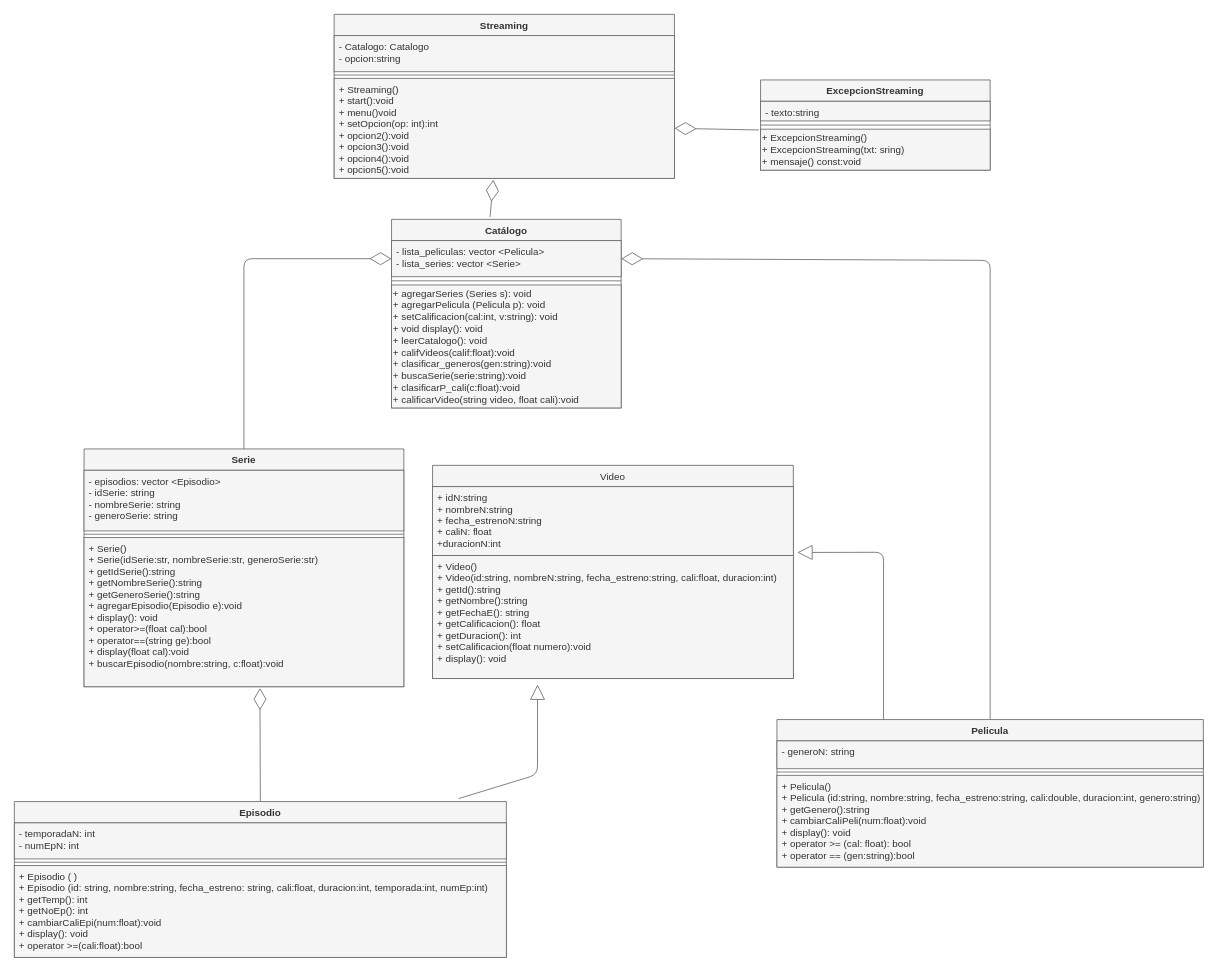
Earlier version of the draw.io diagram streamingHerencia.drawio (FJ22-TC1030/proyectointegrador-A01748800). Source tidied: cells renumbered, new cells numbered last; positions are measured from the earlier drawing's top-left corner, leaving out a move shared by most shapes. Both pictures are drawn from the tidied source at 82%, with x=0, y=0 at pixel (14, 14).
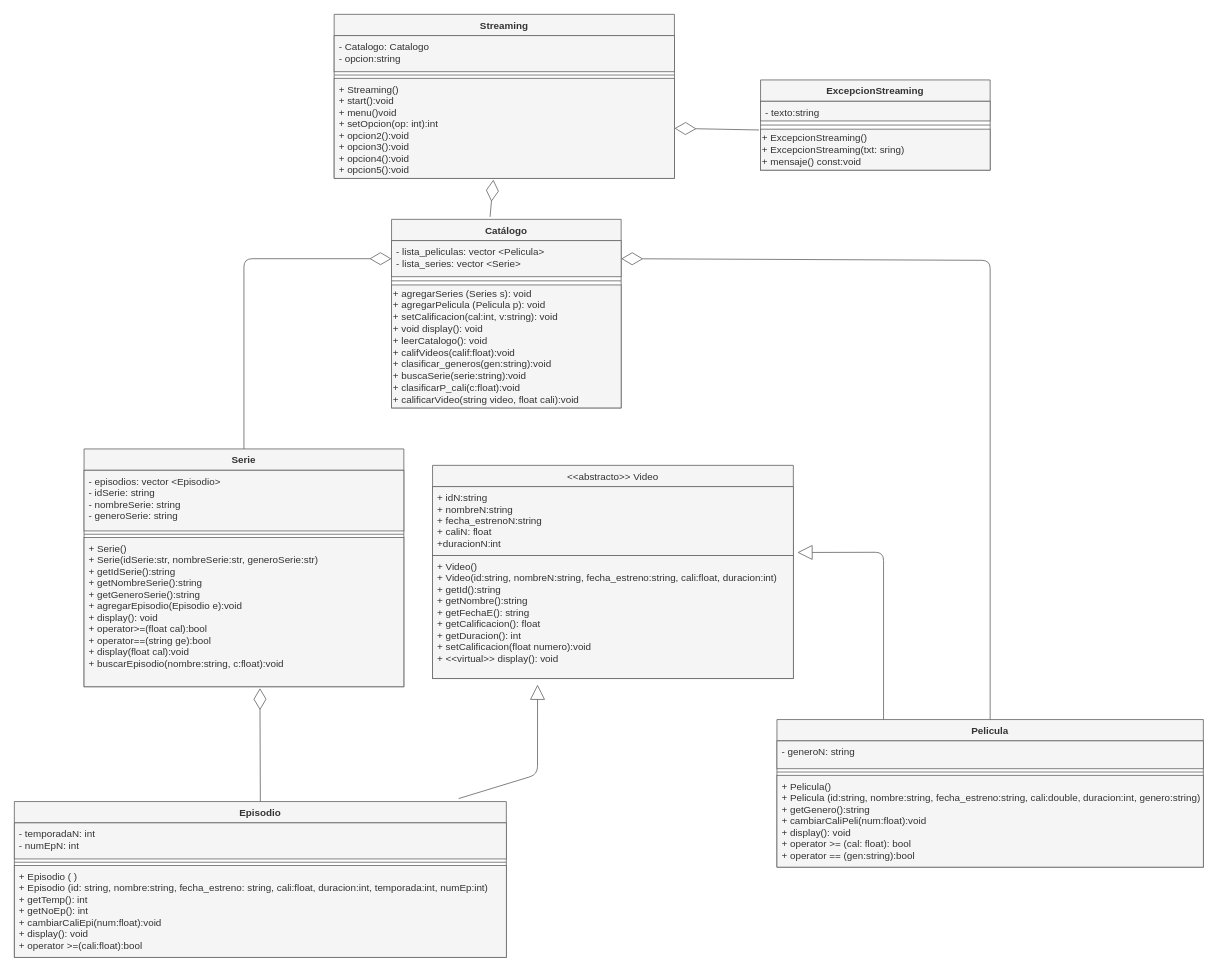
After the change.

The edit, as a diff of the source:
```diff
@@
-    <mxCell id="21" value="Video" style="swimlane;fontStyle=0;horizontal=1;startSize=26;fillColor=#f5f5f5;strokeColor=#666666;fontColor=#333333;" parent="1" vertex="1">
+    <mxCell id="21" value="&lt;&lt;abstracto&gt;&gt; Video" style="swimlane;fontStyle=0;horizontal=1;startSize=26;fillColor=#f5f5f5;strokeColor=#666666;fontColor=#333333;" parent="1" vertex="1">
       <mxGeometry x="510" y="550" width="440" height="260" as="geometry" />
     </mxCell>
@@
-    <mxCell id="23" value="+ Video()&#10;+ Video(id:string, nombreN:string, fecha_estreno:string, cali:float, duracion:int)&#10;+ getId():string&#10;+ getNombre():string&#10;+ getFechaE(): string&#10;+ getCalificacion(): float&#10;+ getDuracion(): int&#10;+ setCalificacion(float numero):void &#10;+ display(): void" style="text;strokeColor=#666666;fillColor=#f5f5f5;align=left;verticalAlign=top;spacingLeft=4;spacingRight=4;overflow=hidden;points=[[0,0.5],[1,0.5]];portConstraint=eastwest;fontColor=#333333;" parent="21" vertex="1">
+    <mxCell id="23" value="+ Video()&#10;+ Video(id:string, nombreN:string, fecha_estreno:string, cali:float, duracion:int)&#10;+ getId():string&#10;+ getNombre():string&#10;+ getFechaE(): string&#10;+ getCalificacion(): float&#10;+ getDuracion(): int&#10;+ setCalificacion(float numero):void &#10;+ &lt;&lt;virtual&gt;&gt; display(): void" style="text;strokeColor=#666666;fillColor=#f5f5f5;align=left;verticalAlign=top;spacingLeft=4;spacingRight=4;overflow=hidden;points=[[0,0.5],[1,0.5]];portConstraint=eastwest;fontColor=#333333;" parent="21" vertex="1">
       <mxGeometry y="110" width="440" height="150" as="geometry" />
     </mxCell>
```
